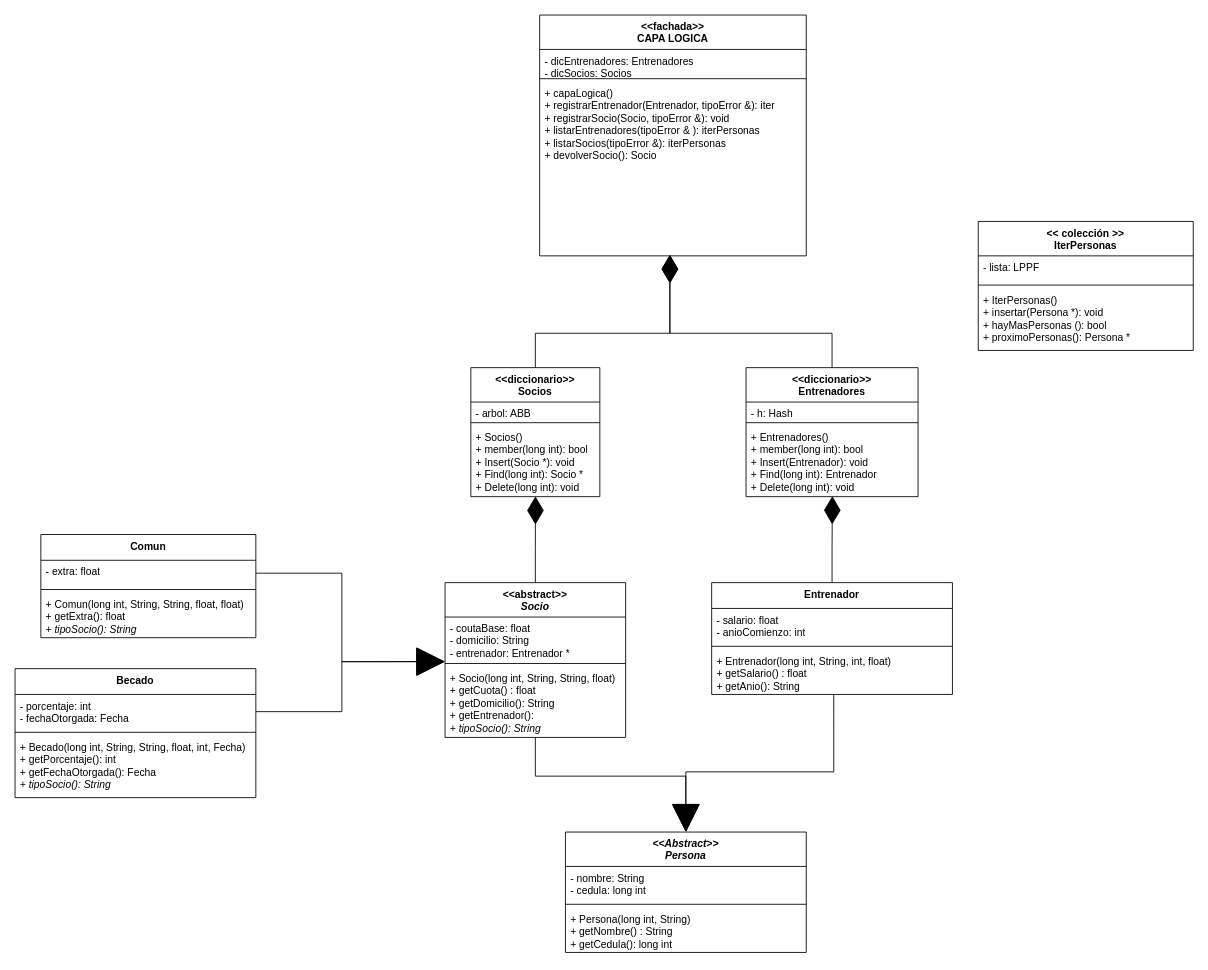
NicolasPodchi/UDE_P4_OBL keeps this draw.io diagram as DIAGRAMA OBL PR 4.drawio. Above is the earlier version. Source tidied: cells renumbered, new cells numbered last; positions are measured from the earlier drawing's top-left corner, leaving out a move shared by most shapes. Both pictures are drawn from the tidied source at 86%, with x=0, y=0 at pixel (15, 15).
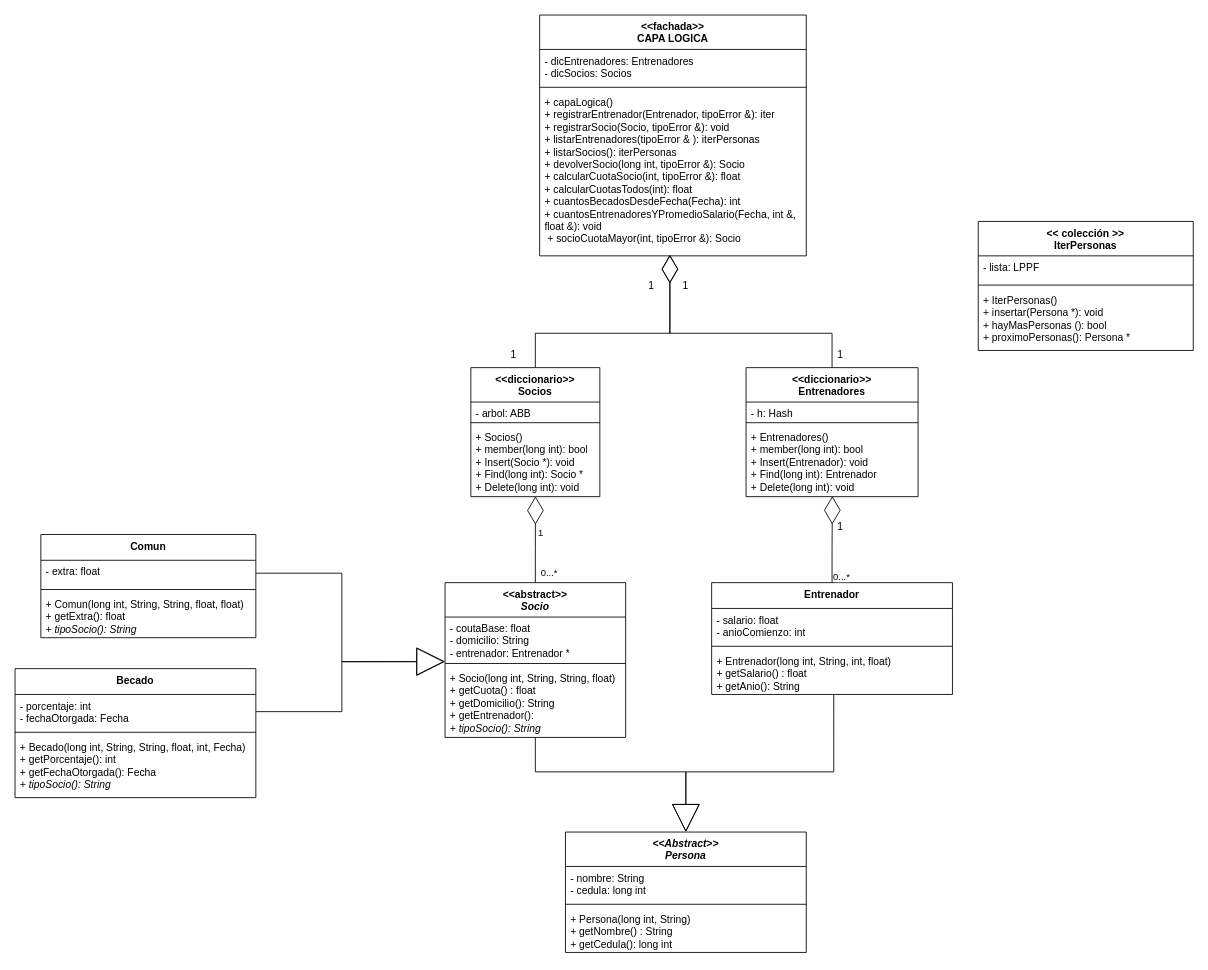
The same diagram, later.

Commit message (it also covers changes not shown here):
módulos string y fecha

The change refers to these unchanged cells:
```xml
<mxCell id="2" value="&lt;div&gt;&lt;i style=&quot;&quot;&gt;&amp;lt;&amp;lt;Abstract&amp;gt;&amp;gt;&lt;/i&gt;&lt;/div&gt;&lt;i style=&quot;&quot;&gt;Persona&lt;/i&gt;" style="swimlane;fontStyle=1;align=center;verticalAlign=top;horizontal=1;startSize=40;whiteSpace=wrap;html=1;" parent="1" vertex="1">
  <mxGeometry x="640" y="950" width="280" height="140" as="geometry" />
</mxCell>
<mxCell id="7" value="&lt;div&gt;&amp;lt;&amp;lt;abstract&amp;gt;&amp;gt;&lt;/div&gt;&lt;i&gt;Socio&lt;/i&gt;" style="swimlane;fontStyle=1;align=center;verticalAlign=top;horizontal=1;startSize=40;whiteSpace=wrap;html=1;" parent="1" vertex="1">
  <mxGeometry x="500" y="660" width="210" height="180" as="geometry" />
</mxCell>
<mxCell id="8" value="- coutaBase: float&lt;div&gt;- domicilio: String&lt;/div&gt;&lt;div&gt;- entrenador: Entrenador *&lt;/div&gt;" style="text;strokeColor=none;fillColor=none;align=left;verticalAlign=top;spacingLeft=4;spacingRight=4;overflow=hidden;points=[[0,0.5],[1,0.5]];portConstraint=eastwest;whiteSpace=wrap;html=1;" parent="7" vertex="1">
  <mxGeometry y="40" width="210" height="50" as="geometry" />
</mxCell>
<mxCell id="11" value="Entrenador" style="swimlane;fontStyle=1;align=center;verticalAlign=top;horizontal=1;startSize=30;whiteSpace=wrap;html=1;" parent="1" vertex="1">
  <mxGeometry x="810" y="660" width="280" height="130" as="geometry" />
</mxCell>
<mxCell id="14" value="&lt;div&gt;+ Entrenador(long int, String, int, float)&lt;/div&gt;&lt;div&gt;+ getSalario() : float&lt;div&gt;+ getAnio(): String&lt;/div&gt;&lt;/div&gt;" style="text;strokeColor=none;fillColor=none;align=left;verticalAlign=top;spacingLeft=4;spacingRight=4;overflow=hidden;points=[[0,0.5],[1,0.5]];portConstraint=eastwest;whiteSpace=wrap;html=1;" parent="11" vertex="1">
  <mxGeometry y="78" width="280" height="52" as="geometry" />
</mxCell>
<mxCell id="16" value="- porcentaje: int&lt;div&gt;-&amp;nbsp;fechaOtorgada: Fecha&lt;/div&gt;" style="text;strokeColor=none;fillColor=none;align=left;verticalAlign=top;spacingLeft=4;spacingRight=4;overflow=hidden;points=[[0,0.5],[1,0.5]];portConstraint=eastwest;whiteSpace=wrap;html=1;" parent="15" vertex="1">
  <mxGeometry y="30" width="280" height="40" as="geometry" />
</mxCell>
<mxCell id="20" value="- extra: float" style="text;strokeColor=none;fillColor=none;align=left;verticalAlign=top;spacingLeft=4;spacingRight=4;overflow=hidden;points=[[0,0.5],[1,0.5]];portConstraint=eastwest;whiteSpace=wrap;html=1;" parent="19" vertex="1">
  <mxGeometry y="30" width="250" height="30" as="geometry" />
</mxCell>
<mxCell id="23" value="&lt;div&gt;&amp;lt;&amp;lt;diccionario&amp;gt;&amp;gt;&lt;/div&gt;Entrenadores" style="swimlane;fontStyle=1;align=center;verticalAlign=top;horizontal=1;startSize=40;whiteSpace=wrap;html=1;" parent="1" vertex="1">
  <mxGeometry x="850" y="410" width="200" height="150" as="geometry" />
</mxCell>
<mxCell id="26" value="&lt;div&gt;+ Entrenadores()&lt;/div&gt;&lt;div&gt;+ member(long int): bool&lt;div&gt;+ Insert(Entrenador): void&amp;nbsp;&lt;/div&gt;&lt;/div&gt;&lt;div&gt;+ Find(long int): Entrenador&amp;nbsp;&lt;/div&gt;&lt;div&gt;+ Delete(long int): void&lt;/div&gt;" style="text;strokeColor=none;fillColor=none;align=left;verticalAlign=top;spacingLeft=4;spacingRight=4;overflow=hidden;points=[[0,0.5],[1,0.5]];portConstraint=eastwest;whiteSpace=wrap;html=1;" parent="23" vertex="1">
  <mxGeometry y="68" width="200" height="82" as="geometry" />
</mxCell>
<mxCell id="27" value="&lt;div&gt;&amp;lt;&amp;lt;diccionario&amp;gt;&amp;gt;&lt;/div&gt;Socios" style="swimlane;fontStyle=1;align=center;verticalAlign=top;horizontal=1;startSize=40;whiteSpace=wrap;html=1;" parent="1" vertex="1">
  <mxGeometry x="530" y="410" width="150" height="150" as="geometry" />
</mxCell>
<mxCell id="30" value="&lt;div&gt;+ Socios()&lt;/div&gt;&lt;div&gt;+ member(long int): bool&lt;div&gt;+ Insert(Socio *): void&amp;nbsp;&lt;/div&gt;&lt;/div&gt;&lt;div&gt;+ Find(long int): Socio *&lt;/div&gt;&lt;div&gt;+ Delete(long int): void&lt;/div&gt;" style="text;strokeColor=none;fillColor=none;align=left;verticalAlign=top;spacingLeft=4;spacingRight=4;overflow=hidden;points=[[0,0.5],[1,0.5]];portConstraint=eastwest;whiteSpace=wrap;html=1;" parent="27" vertex="1">
  <mxGeometry y="68" width="150" height="82" as="geometry" />
</mxCell>
<mxCell id="31" value="&lt;div&gt;&amp;lt;&amp;lt;fachada&amp;gt;&amp;gt;&lt;/div&gt;CAPA LOGICA" style="swimlane;fontStyle=1;align=center;verticalAlign=top;horizontal=1;startSize=40;whiteSpace=wrap;html=1;" parent="1" vertex="1">
  <mxGeometry x="610" width="310" height="280" as="geometry" />
</mxCell>
```

What changed in the source:
```diff
@@
-    <mxCell id="6" style="edgeStyle=orthogonalEdgeStyle;rounded=0;jettySize=auto;html=1;exitX=0.5;exitY=1;exitDx=0;exitDy=0;entryX=0.5;entryY=0;entryDx=0;entryDy=0;endSize=30;endArrow=block;endFill=1;" parent="1" edge="1" source="7" target="2">
-      <mxGeometry relative="1" as="geometry" />
+    <mxCell id="6" style="edgeStyle=orthogonalEdgeStyle;rounded=0;jettySize=auto;html=1;exitX=0.5;exitY=1;exitDx=0;exitDy=0;entryX=0.5;entryY=0;entryDx=0;entryDy=0;endSize=30;endArrow=block;endFill=0;" parent="1" edge="1" source="7" target="2">
+      <mxGeometry relative="1" as="geometry">
+        <Array as="points">
+          <mxPoint x="605" y="880" />
+          <mxPoint x="780" y="880" />
+        </Array>
+      </mxGeometry>
     </mxCell>
@@
     <mxCell id="32" value="- dicEntrenadores: Entrenadores&lt;div&gt;- dicSocios: Socios&lt;/div&gt;" style="text;strokeColor=none;fillColor=none;align=left;verticalAlign=top;spacingLeft=4;spacingRight=4;overflow=hidden;whiteSpace=wrap;html=1;" parent="31" vertex="1">
-      <mxGeometry y="40" width="310" height="30" as="geometry" />
+      <mxGeometry y="40" width="310" height="40" as="geometry" />
     </mxCell>
     <mxCell id="33" style="line;strokeWidth=1;fillColor=none;align=left;verticalAlign=middle;spacingTop=-1;spacingLeft=3;spacingRight=3;labelPosition=right;strokeColor=inherit;" parent="31" vertex="1">
-      <mxGeometry y="70" width="310" height="8" as="geometry" />
+      <mxGeometry y="80" width="310" height="8" as="geometry" />
     </mxCell>
-    <mxCell id="34" value="&lt;div&gt;+ capaLogica()&lt;/div&gt;&lt;div&gt;+ registrarEntrenador(Entrenador, tipoError &amp;amp;): iter&lt;/div&gt;&lt;div&gt;+ registrarSocio(Socio, tipoError &amp;amp;): void&lt;/div&gt;&lt;div&gt;+ listarEntrenadores(tipoError &amp;amp; ): iterPersonas&lt;/div&gt;&lt;div&gt;+ listarSocios(tipoError &amp;amp;): iterPersonas&lt;/div&gt;&lt;div&gt;+ devolverSocio(): Socio&lt;/div&gt;&lt;div&gt;&amp;nbsp;&lt;/div&gt;" style="text;strokeColor=none;fillColor=none;align=left;verticalAlign=top;spacingLeft=4;spacingRight=4;overflow=hidden;points=[[0,0.5],[1,0.5]];portConstraint=eastwest;whiteSpace=wrap;html=1;" parent="31" vertex="1">
-      <mxGeometry y="78" width="310" height="202" as="geometry" />
+    <mxCell id="34" value="&lt;div&gt;+ capaLogica()&lt;/div&gt;&lt;div&gt;+ registrarEntrenador(Entrenador, tipoError &amp;amp;): iter&lt;/div&gt;&lt;div&gt;+ registrarSocio(Socio, tipoError &amp;amp;): void&lt;/div&gt;&lt;div&gt;+ listarEntrenadores(tipoError &amp;amp; ): iterPersonas&lt;/div&gt;&lt;div&gt;+ listarSocios(): iterPersonas&lt;/div&gt;&lt;div&gt;+ devolverSocio(long int, tipoError &amp;amp;): Socio&lt;/div&gt;&lt;div&gt;+ calcularCuotaSocio(int, tipoError &amp;amp;): float&lt;/div&gt;&lt;div&gt;+ calcularCuotasTodos(int): float&lt;/div&gt;&lt;div&gt;+ cuantosBecadosDesdeFecha(Fecha): int&lt;/div&gt;&lt;div&gt;+ cuantosEntrenadoresYPromedioSalario(Fecha, int &amp;amp;, float &amp;amp;): void&lt;/div&gt;&lt;div&gt;&amp;nbsp;+ socioCuotaMayor(int, tipoError &amp;amp;): Socio&lt;/div&gt;" style="text;strokeColor=none;fillColor=none;align=left;verticalAlign=top;spacingLeft=4;spacingRight=4;overflow=hidden;points=[[0,0.5],[1,0.5]];portConstraint=eastwest;whiteSpace=wrap;html=1;" parent="31" vertex="1">
+      <mxGeometry y="88" width="310" height="192" as="geometry" />
     </mxCell>
-    <mxCell id="35" style="edgeStyle=orthogonalEdgeStyle;rounded=0;jettySize=auto;html=1;exitX=1;exitY=0.5;exitDx=0;exitDy=0;entryX=-0.004;entryY=1.037;entryDx=0;entryDy=0;entryPerimeter=0;endArrow=block;endFill=1;endSize=30;" parent="1" edge="1" source="20" target="8">
+    <mxCell id="35" style="edgeStyle=orthogonalEdgeStyle;rounded=0;jettySize=auto;html=1;exitX=1;exitY=0.5;exitDx=0;exitDy=0;entryX=-0.004;entryY=1.037;entryDx=0;entryDy=0;entryPerimeter=0;endArrow=block;endFill=0;endSize=30;" parent="1" edge="1" source="20" target="8">
       <mxGeometry relative="1" as="geometry" />
     </mxCell>
-    <mxCell id="36" style="edgeStyle=orthogonalEdgeStyle;rounded=0;jettySize=auto;html=1;exitX=1;exitY=0.5;exitDx=0;exitDy=0;entryX=0.001;entryY=1.037;entryDx=0;entryDy=0;entryPerimeter=0;endSize=31;endArrow=block;endFill=1;" parent="1" edge="1" source="16" target="8">
+    <mxCell id="36" style="edgeStyle=orthogonalEdgeStyle;rounded=0;jettySize=auto;html=1;exitX=1;exitY=0.5;exitDx=0;exitDy=0;entryX=0.001;entryY=1.037;entryDx=0;entryDy=0;entryPerimeter=0;endSize=31;endArrow=block;endFill=0;" parent="1" edge="1" source="16" target="8">
       <mxGeometry relative="1" as="geometry">
         <Array as="points">
           <mxPoint x="380" y="810" />
           <mxPoint x="380" y="752" />
         </Array>
       </mxGeometry>
     </mxCell>
-    <mxCell id="37" style="edgeStyle=orthogonalEdgeStyle;rounded=0;jettySize=auto;html=1;exitX=0.507;exitY=0.991;exitDx=0;exitDy=0;entryX=0.5;entryY=0;entryDx=0;entryDy=0;exitPerimeter=0;endSize=30;endArrow=block;endFill=1;" parent="1" edge="1" source="14" target="2">
+    <mxCell id="37" style="edgeStyle=orthogonalEdgeStyle;rounded=0;jettySize=auto;html=1;exitX=0.507;exitY=0.991;exitDx=0;exitDy=0;entryX=0.5;entryY=0;entryDx=0;entryDy=0;exitPerimeter=0;endSize=30;endArrow=block;endFill=0;" parent="1" edge="1" source="14" target="2">
       <mxGeometry relative="1" as="geometry">
         <Array as="points">
           <mxPoint x="952" y="880" />
           <mxPoint x="780" y="880" />
         </Array>
       </mxGeometry>
     </mxCell>
-    <mxCell id="38" style="edgeStyle=orthogonalEdgeStyle;rounded=0;jettySize=auto;html=1;exitX=0.5;exitY=0;exitDx=0;exitDy=0;entryX=0.501;entryY=0.995;entryDx=0;entryDy=0;entryPerimeter=0;endSize=30;endArrow=diamondThin;endFill=1;" parent="1" edge="1" source="7" target="30">
+    <mxCell id="38" style="edgeStyle=orthogonalEdgeStyle;rounded=0;jettySize=auto;html=1;exitX=0.5;exitY=0;exitDx=0;exitDy=0;entryX=0.501;entryY=0.995;entryDx=0;entryDy=0;entryPerimeter=0;endSize=30;endArrow=diamondThin;endFill=0;" parent="1" edge="1" source="7" target="30">
       <mxGeometry relative="1" as="geometry" />
     </mxCell>
+    <mxCell id="46" value="0...*" style="edgeLabel;html=1;align=center;verticalAlign=middle;" parent="38" vertex="1">
+      <mxGeometry x="-0.41" y="4" relative="1" as="geometry">
+        <mxPoint x="19" y="18" as="offset" />
+      </mxGeometry>
+    </mxCell>
+    <mxCell id="47" value="1" style="edgeLabel;html=1;align=center;verticalAlign=middle;" parent="38" vertex="1">
+      <mxGeometry x="0.04" relative="1" as="geometry">
+        <mxPoint x="5" y="-7" as="offset" />
+      </mxGeometry>
+    </mxCell>
-    <mxCell id="39" style="edgeStyle=orthogonalEdgeStyle;rounded=0;jettySize=auto;html=1;exitX=0.5;exitY=0;exitDx=0;exitDy=0;entryX=0.502;entryY=0.992;entryDx=0;entryDy=0;entryPerimeter=0;endSize=30;endArrow=diamondThin;endFill=1;" parent="1" edge="1" source="11" target="26">
+    <mxCell id="39" style="edgeStyle=orthogonalEdgeStyle;rounded=0;jettySize=auto;html=1;exitX=0.5;exitY=0;exitDx=0;exitDy=0;entryX=0.502;entryY=0.992;entryDx=0;entryDy=0;entryPerimeter=0;endSize=30;endArrow=diamondThin;endFill=0;" parent="1" edge="1" source="11" target="26">
       <mxGeometry relative="1" as="geometry" />
     </mxCell>
+    <mxCell id="48" value="0...*" style="edgeLabel;html=1;align=center;verticalAlign=middle;" parent="39" vertex="1">
+      <mxGeometry x="-0.76" y="1" relative="1" as="geometry">
+        <mxPoint x="11" y="4" as="offset" />
+      </mxGeometry>
+    </mxCell>
-    <mxCell id="40" style="edgeStyle=orthogonalEdgeStyle;rounded=0;jettySize=auto;html=1;exitX=0.5;exitY=0;exitDx=0;exitDy=0;entryX=0.489;entryY=0.995;entryDx=0;entryDy=0;entryPerimeter=0;endArrow=diamondThin;endFill=1;endSize=30;" parent="1" edge="1" source="27" target="34">
+    <mxCell id="40" style="edgeStyle=orthogonalEdgeStyle;rounded=0;jettySize=auto;html=1;exitX=0.5;exitY=0;exitDx=0;exitDy=0;entryX=0.489;entryY=0.995;entryDx=0;entryDy=0;entryPerimeter=0;endArrow=diamondThin;endFill=0;endSize=30;" parent="1" edge="1" source="27" target="34">
       <mxGeometry relative="1" as="geometry">
         <Array as="points">
           <mxPoint x="605" y="370" />
           <mxPoint x="762" y="370" />
         </Array>
       </mxGeometry>
     </mxCell>
-    <mxCell id="41" style="edgeStyle=orthogonalEdgeStyle;rounded=0;jettySize=auto;html=1;exitX=0.5;exitY=0;exitDx=0;exitDy=0;entryX=0.488;entryY=0.994;entryDx=0;entryDy=0;entryPerimeter=0;endSize=30;endArrow=diamondThin;endFill=1;" parent="1" edge="1" source="23" target="34">
+    <mxCell id="41" style="edgeStyle=orthogonalEdgeStyle;rounded=0;jettySize=auto;html=1;exitX=0.5;exitY=0;exitDx=0;exitDy=0;entryX=0.488;entryY=0.994;entryDx=0;entryDy=0;entryPerimeter=0;endSize=30;endArrow=diamondThin;endFill=0;" parent="1" edge="1" source="23" target="34">
       <mxGeometry relative="1" as="geometry">
         <Array as="points">
           <mxPoint x="950" y="370" />
           <mxPoint x="761" y="370" />
         </Array>
       </mxGeometry>
     </mxCell>
@@
+    <mxCell id="49" value="1" style="text;html=1;whiteSpace=wrap;strokeColor=none;fillColor=none;align=center;verticalAlign=middle;rounded=0;" parent="1" vertex="1">
+      <mxGeometry x="930" y="580" width="60" height="30" as="geometry" />
+    </mxCell>
+    <mxCell id="50" value="1" style="text;html=1;whiteSpace=wrap;strokeColor=none;fillColor=none;align=center;verticalAlign=middle;rounded=0;" parent="1" vertex="1">
+      <mxGeometry x="750" y="300" width="60" height="30" as="geometry" />
+    </mxCell>
+    <mxCell id="51" value="1" style="text;html=1;whiteSpace=wrap;strokeColor=none;fillColor=none;align=center;verticalAlign=middle;rounded=0;" parent="1" vertex="1">
+      <mxGeometry x="710" y="300" width="60" height="30" as="geometry" />
+    </mxCell>
+    <mxCell id="52" value="1" style="text;html=1;whiteSpace=wrap;strokeColor=none;fillColor=none;align=center;verticalAlign=middle;rounded=0;" parent="1" vertex="1">
+      <mxGeometry x="930" y="380" width="60" height="30" as="geometry" />
+    </mxCell>
+    <mxCell id="53" value="1" style="text;html=1;whiteSpace=wrap;strokeColor=none;fillColor=none;align=center;verticalAlign=middle;rounded=0;" parent="1" vertex="1">
+      <mxGeometry x="550" y="380" width="60" height="30" as="geometry" />
+    </mxCell>
```
